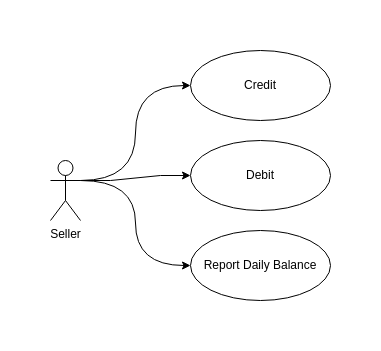
This is docs/architecture/images/UseCase.png from sorianopeverari/CashFlow, a draw.io export, as it was before one commit. Source tidied: cells renumbered, new cells last; positions are measured from the earlier drawing's top-left corner, leaving out a move shared by most shapes.
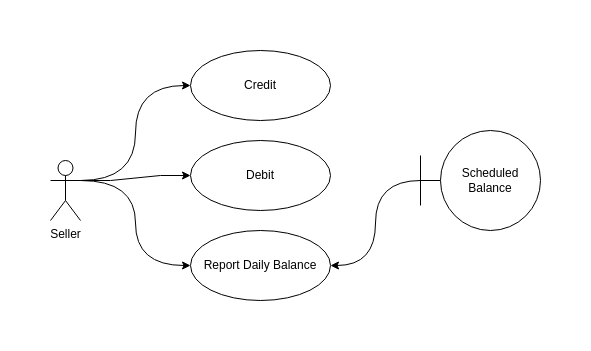
Above is the later version.

The edit, as a diff of the source:
```diff
@@ -23,5 +23,11 @@
     <mxCell id="8" value="Report Daily Balance" style="ellipse;whiteSpace=wrap;html=1;" parent="1" vertex="1">
       <mxGeometry x="140" y="180" width="140" height="70" as="geometry" />
     </mxCell>
+    <mxCell id="9" style="edgeStyle=orthogonalEdgeStyle;rounded=0;jettySize=auto;html=1;entryX=1;entryY=0.5;entryDx=0;entryDy=0;curved=1;" parent="1" edge="1" source="10" target="8">
+      <mxGeometry relative="1" as="geometry" />
+    </mxCell>
+    <mxCell id="10" value="Scheduled&lt;br&gt;Balance" style="shape=umlBoundary;whiteSpace=wrap;html=1;" parent="1" vertex="1">
+      <mxGeometry x="370" y="80" width="120" height="100" as="geometry" />
+    </mxCell>
   </root>
 </mxGraphModel>
```
